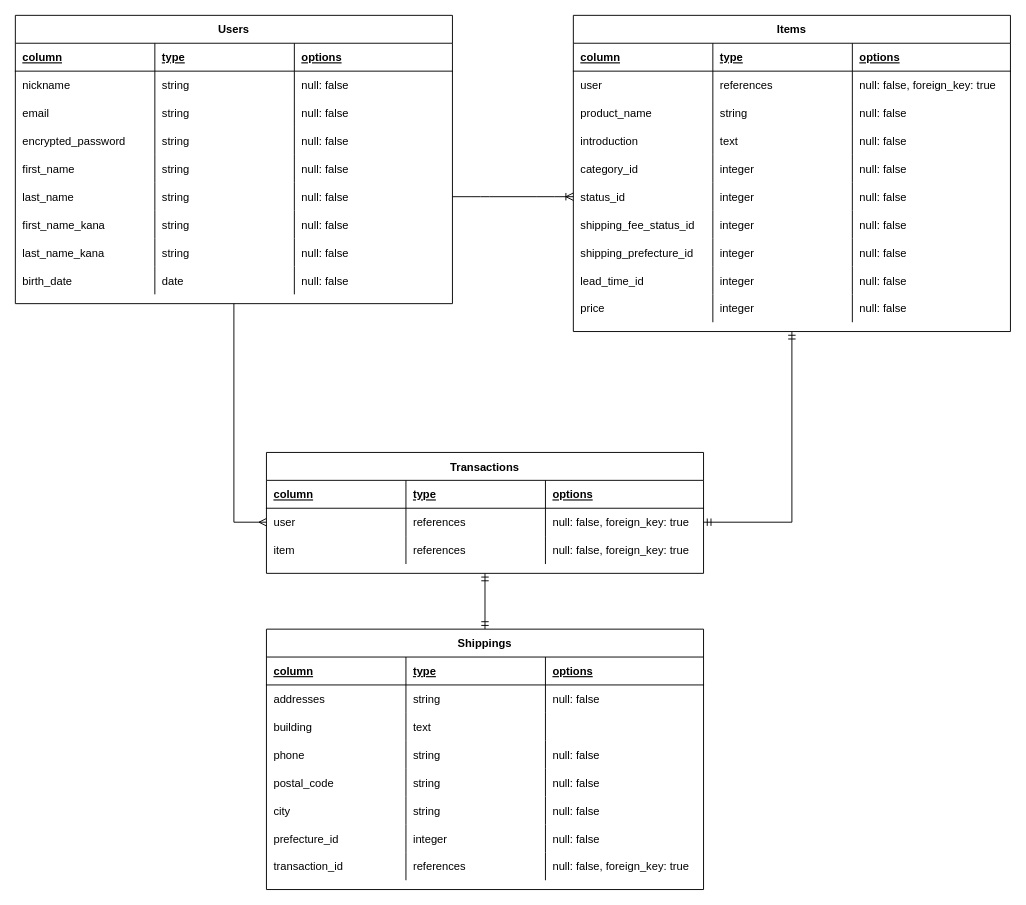
mzw86020424/furima-32049 keeps this draw.io diagram as ER.drawio. Above is the earlier version. Source tidied: cells renumbered, new cells numbered last; positions are measured from the earlier drawing's top-left corner, leaving out a move shared by most shapes. Both pictures are drawn from the tidied source at 93%, with x=0, y=0 at pixel (15, 15).
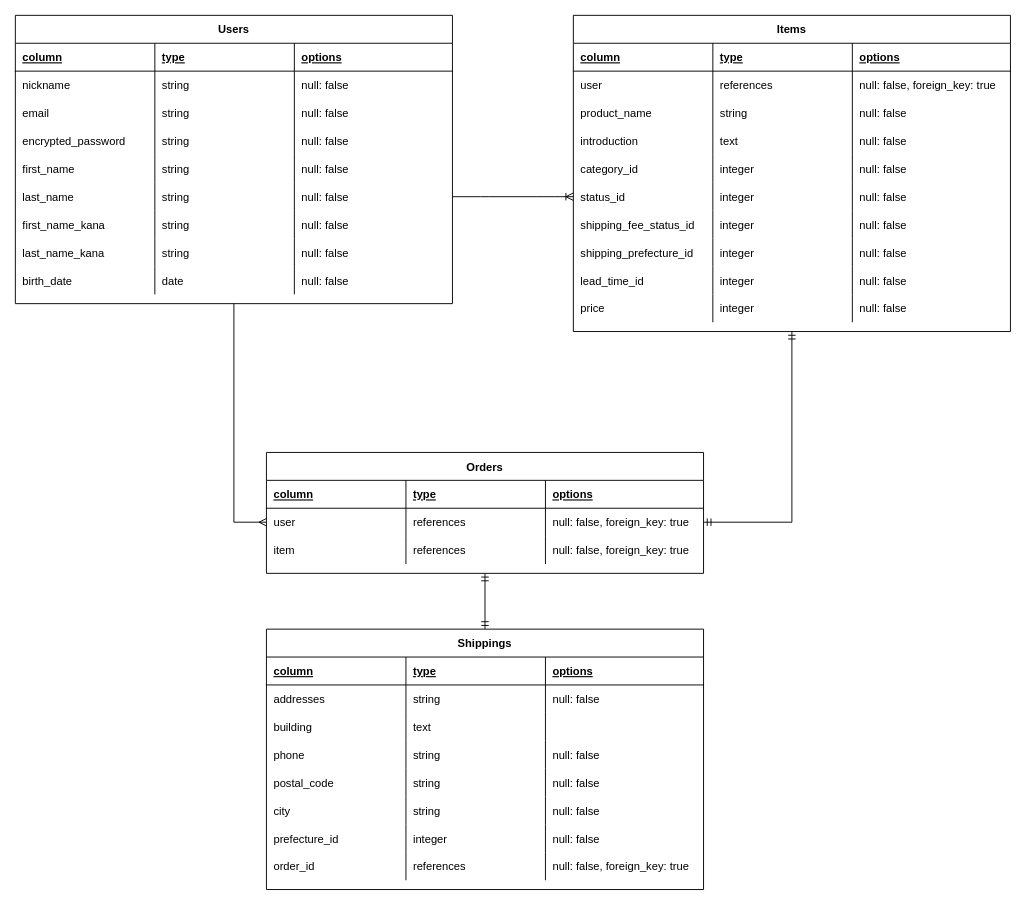
Above is the later version.

Commit message (it also covers changes not shown here):
ER図とREADMEのtransaction表記をorderに変更

The change refers to these unchanged cells:
```xml
<mxCell id="126" style="shape=partialRectangle;fillColor=none;top=0;left=0;bottom=0;right=0;" parent="97" vertex="1">
  <mxGeometry y="240" width="470" height="30" as="geometry" />
</mxCell>
```

Diff of the diagram source:
```diff
@@
-    <mxCell id="3" value="Transactions" style="shape=table;startSize=30;childLayout=tableLayout;rowLines=0;fontStyle=1;align=center;" parent="1" vertex="1">
+    <mxCell id="3" value="Orders" style="shape=table;startSize=30;childLayout=tableLayout;rowLines=0;fontStyle=1;align=center;" parent="1" vertex="1">
       <mxGeometry x="270" y="470" width="470" height="130" as="geometry" />
     </mxCell>
@@
-    <mxCell id="127" value="transaction_id" style="shape=partialRectangle;fillColor=none;top=0;left=0;bottom=0;right=0;align=left;spacingLeft=6;overflow=hidden;" parent="126" vertex="1">
+    <mxCell id="127" value="order_id" style="shape=partialRectangle;fillColor=none;top=0;left=0;bottom=0;right=0;align=left;spacingLeft=6;overflow=hidden;" parent="126" vertex="1">
       <mxGeometry width="150" height="30" as="geometry" />
     </mxCell>
```
